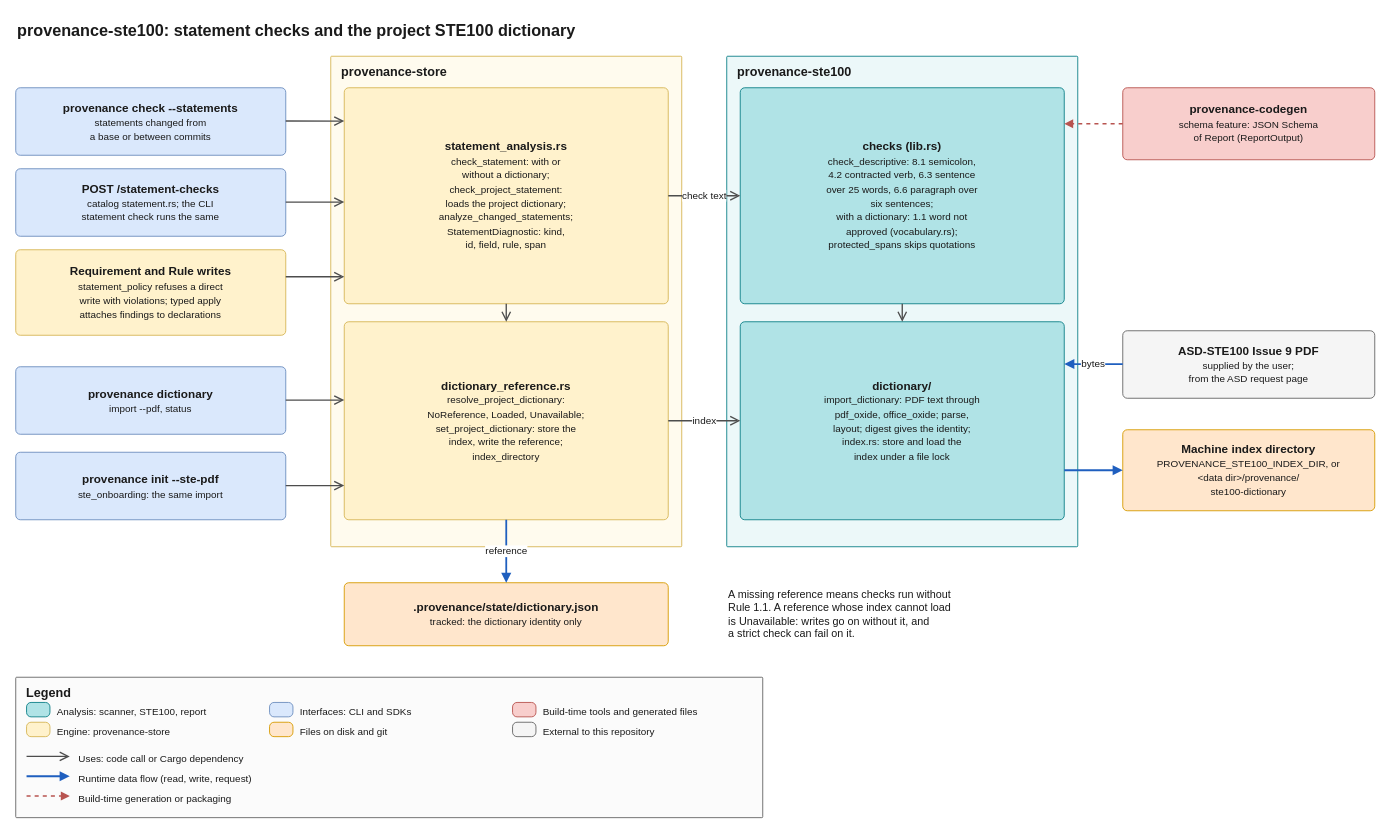
This is docs/architecture/diagrams/10-ste100.drawio from quality-sh/provenance, a draw.io file, before an edit. Source tidied: cells renumbered, new cells numbered last; positions are measured from the earlier drawing's top-left corner, leaving out a move shared by most shapes. Both pictures are drawn from the tidied source at 90%, with x=0, y=0 at pixel (15, 15).
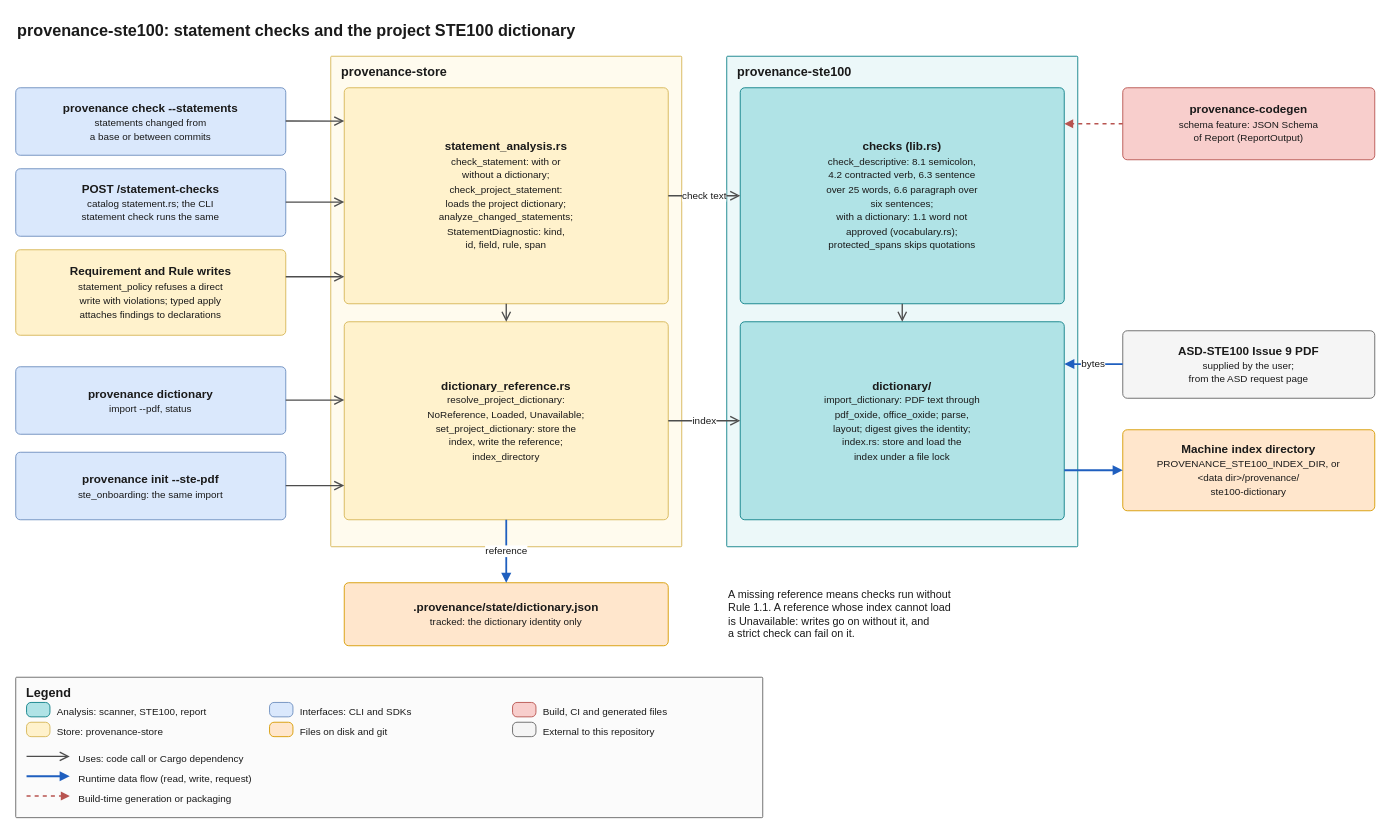
The same diagram, later.

The change refers to these unchanged cells:
```xml
<mxCell id="19" value="Legend" style="rounded=1;arcSize=2;absoluteArcSize=1;whiteSpace=wrap;html=1;fillColor=#fbfbfb;strokeColor=#666666;verticalAlign=top;align=left;spacingLeft=10;spacingRight=10;spacingTop=2;fontStyle=1;fontSize=14;fontColor=#1a1a1a;" parent="1" vertex="1">
  <mxGeometry y="735" width="830" height="156" as="geometry" />
</mxCell>
```

What changed in the source:
```diff
@@
-    <mxCell id="23" value="Engine: provenance-store" style="text;html=1;whiteSpace=wrap;align=left;verticalAlign=top;fontSize=11;fontColor=#1a1a1a;" parent="19" vertex="1">
+    <mxCell id="23" value="Store: provenance-store" style="text;html=1;whiteSpace=wrap;align=left;verticalAlign=top;fontSize=11;fontColor=#1a1a1a;" parent="19" vertex="1">
       <mxGeometry x="44" y="48" width="230" height="20" as="geometry" />
     </mxCell>
@@
-    <mxCell id="29" value="Build-time tools and generated files" style="text;html=1;whiteSpace=wrap;align=left;verticalAlign=top;fontSize=11;fontColor=#1a1a1a;" parent="19" vertex="1">
+    <mxCell id="29" value="Build, CI and generated files" style="text;html=1;whiteSpace=wrap;align=left;verticalAlign=top;fontSize=11;fontColor=#1a1a1a;" parent="19" vertex="1">
       <mxGeometry x="584" y="26" width="230" height="20" as="geometry" />
     </mxCell>
```
